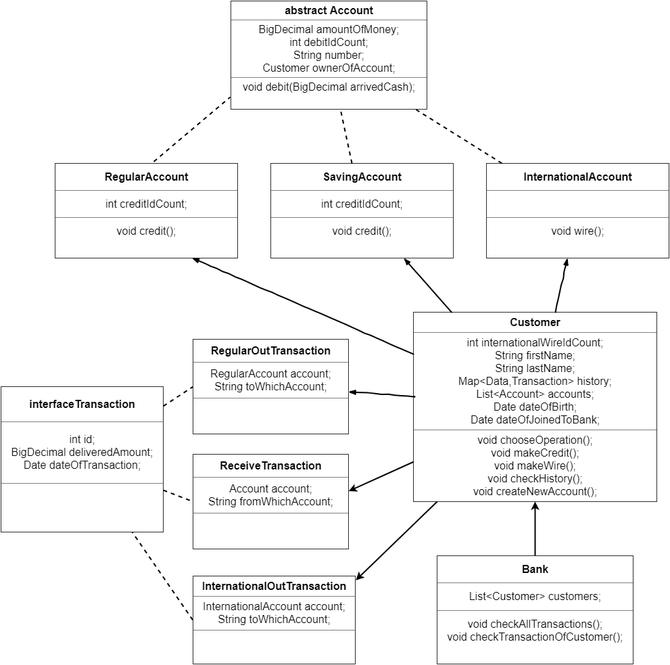
Above: BankOneDiagram.png in andreychorny/AdvancedJavaProject (draw.io), before the change. Source tidied: cells renumbered, new cells last; positions are measured from the earlier drawing's top-left corner, leaving out a move shared by most shapes.
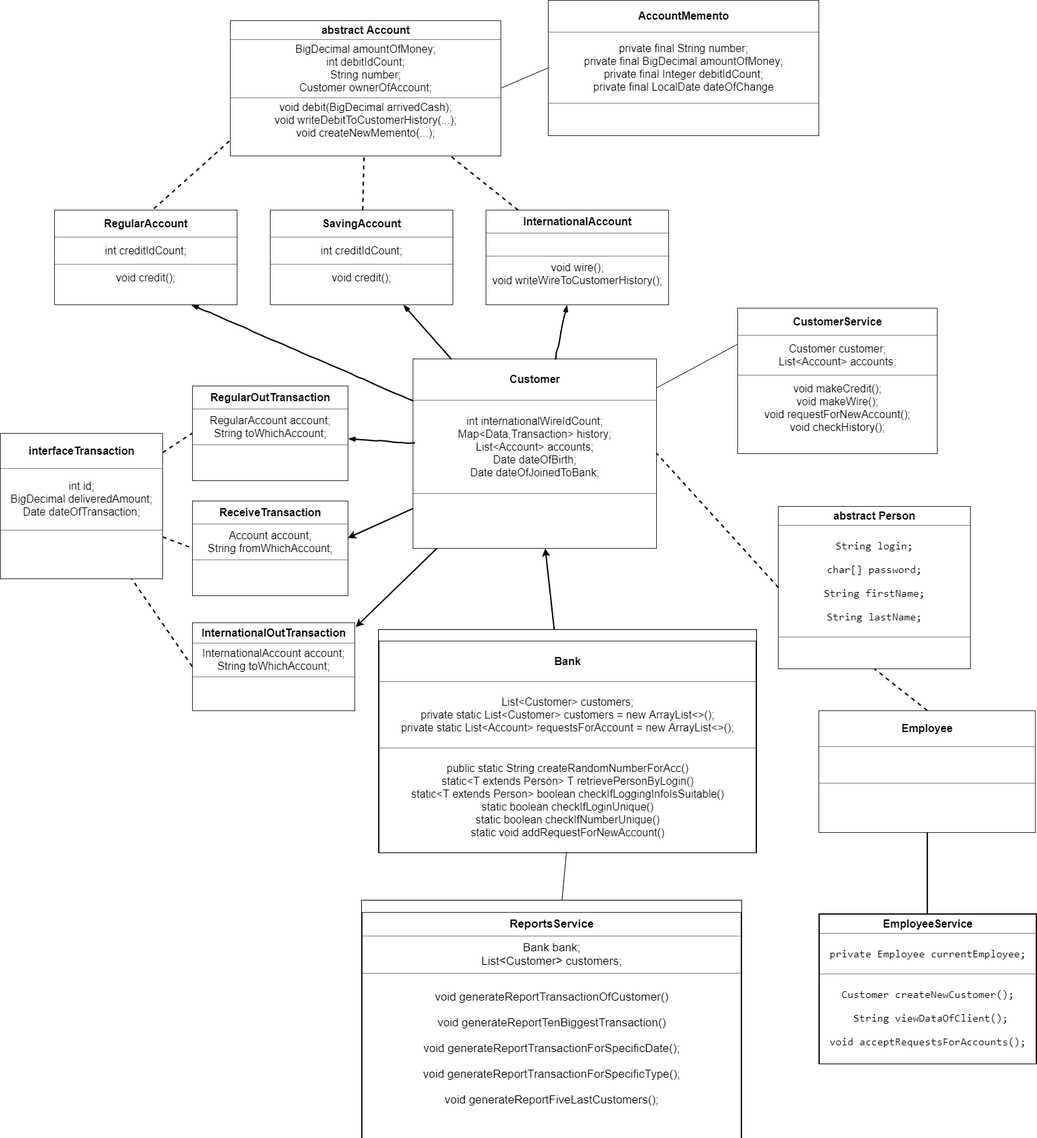
After the commit.

What changed in the source:
```diff
@@ -7,4 +7,4 @@
     </mxCell>
-    <mxCell id="3" value="&lt;table border=&quot;1&quot; width=&quot;100%&quot; cellpadding=&quot;4&quot; style=&quot;width: 100% ; height: 100% ; border-collapse: collapse ; font-size: 16px&quot;&gt;&lt;tbody style=&quot;font-size: 16px&quot;&gt;&lt;tr style=&quot;font-size: 16px&quot;&gt;&lt;th align=&quot;center&quot; style=&quot;font-size: 16px&quot;&gt;&lt;b style=&quot;font-size: 16px&quot;&gt;abstract Account&lt;/b&gt;&lt;/th&gt;&lt;/tr&gt;&lt;tr style=&quot;font-size: 16px&quot;&gt;&lt;td align=&quot;center&quot; style=&quot;font-size: 16px&quot;&gt;BigDecimal amountOfMoney;&lt;br&gt;int debitIdCount;&lt;br&gt;String number;&lt;br&gt;Customer ownerOfAccount;&lt;/td&gt;&lt;/tr&gt;&lt;tr style=&quot;font-size: 16px&quot;&gt;&lt;td align=&quot;center&quot; style=&quot;font-size: 16px&quot;&gt;void debit(BigDecimal arrivedCash);&lt;br style=&quot;font-size: 16px&quot;&gt;&lt;br style=&quot;font-size: 16px&quot;&gt;&lt;/td&gt;&lt;/tr&gt;&lt;/tbody&gt;&lt;/table&gt;" style="text;html=1;strokeColor=none;fillColor=none;overflow=fill;strokeWidth=2;fontSize=16;" parent="1" vertex="1">
-      <mxGeometry x="340" width="290" height="160" as="geometry" />
+    <mxCell id="3" value="&lt;table border=&quot;1&quot; width=&quot;100%&quot; cellpadding=&quot;4&quot; style=&quot;width: 100% ; height: 100% ; border-collapse: collapse ; font-size: 16px&quot;&gt;&lt;tbody style=&quot;font-size: 16px&quot;&gt;&lt;tr style=&quot;font-size: 16px&quot;&gt;&lt;th align=&quot;center&quot; style=&quot;font-size: 16px&quot;&gt;&lt;b style=&quot;font-size: 16px&quot;&gt;abstract Account&lt;/b&gt;&lt;/th&gt;&lt;/tr&gt;&lt;tr style=&quot;font-size: 16px&quot;&gt;&lt;td align=&quot;center&quot; style=&quot;font-size: 16px&quot;&gt;BigDecimal amountOfMoney;&lt;br&gt;int debitIdCount;&lt;br&gt;String number;&lt;br&gt;Customer ownerOfAccount;&lt;/td&gt;&lt;/tr&gt;&lt;tr style=&quot;font-size: 16px&quot;&gt;&lt;td align=&quot;center&quot; style=&quot;font-size: 16px&quot;&gt;void debit(BigDecimal arrivedCash);&lt;br&gt;void writeDebitToCustomerHistory&lt;span&gt;(...);&lt;br&gt;&lt;/span&gt;void createNewMemento(...);&lt;br&gt;&lt;br&gt;&lt;/td&gt;&lt;/tr&gt;&lt;/tbody&gt;&lt;/table&gt;" style="text;html=1;strokeColor=none;fillColor=none;overflow=fill;strokeWidth=2;fontSize=16;" parent="1" vertex="1">
+      <mxGeometry x="340" y="-40" width="400" height="200" as="geometry" />
     </mxCell>
@@ -13,3 +13,3 @@
     </mxCell>
-    <mxCell id="5" value="&lt;table border=&quot;1&quot; width=&quot;100%&quot; cellpadding=&quot;4&quot; style=&quot;width: 100% ; height: 100% ; border-collapse: collapse ; font-size: 16px&quot;&gt;&lt;tbody style=&quot;font-size: 16px&quot;&gt;&lt;tr style=&quot;font-size: 16px&quot;&gt;&lt;th align=&quot;center&quot; style=&quot;font-size: 16px&quot;&gt;InternationalAccount&lt;/th&gt;&lt;/tr&gt;&lt;tr style=&quot;font-size: 16px&quot;&gt;&lt;td align=&quot;center&quot; style=&quot;font-size: 16px&quot;&gt;&lt;br&gt;&lt;/td&gt;&lt;/tr&gt;&lt;tr style=&quot;font-size: 16px&quot;&gt;&lt;td align=&quot;center&quot; style=&quot;font-size: 16px&quot;&gt;void wire();&lt;br style=&quot;font-size: 16px&quot;&gt;&lt;br style=&quot;font-size: 16px&quot;&gt;&lt;/td&gt;&lt;/tr&gt;&lt;/tbody&gt;&lt;/table&gt;" style="text;html=1;strokeColor=none;fillColor=none;overflow=fill;strokeWidth=2;fontSize=16;" parent="1" vertex="1">
+    <mxCell id="5" value="&lt;table border=&quot;1&quot; width=&quot;100%&quot; cellpadding=&quot;4&quot; style=&quot;width: 100% ; height: 100% ; border-collapse: collapse ; font-size: 16px&quot;&gt;&lt;tbody style=&quot;font-size: 16px&quot;&gt;&lt;tr style=&quot;font-size: 16px&quot;&gt;&lt;th align=&quot;center&quot; style=&quot;font-size: 16px&quot;&gt;InternationalAccount&lt;/th&gt;&lt;/tr&gt;&lt;tr style=&quot;font-size: 16px&quot;&gt;&lt;td align=&quot;center&quot; style=&quot;font-size: 16px&quot;&gt;&lt;br&gt;&lt;/td&gt;&lt;/tr&gt;&lt;tr style=&quot;font-size: 16px&quot;&gt;&lt;td align=&quot;center&quot; style=&quot;font-size: 16px&quot;&gt;void wire();&lt;br&gt;void writeWireToCustomerHistory();&lt;br style=&quot;font-size: 16px&quot;&gt;&lt;br style=&quot;font-size: 16px&quot;&gt;&lt;/td&gt;&lt;/tr&gt;&lt;/tbody&gt;&lt;/table&gt;" style="text;html=1;strokeColor=none;fillColor=none;overflow=fill;strokeWidth=2;fontSize=16;" parent="1" vertex="1">
       <mxGeometry x="718" y="240" width="270" height="140" as="geometry" />
@@ -19,3 +19,3 @@
     </mxCell>
-    <mxCell id="7" value="&lt;table border=&quot;1&quot; width=&quot;100%&quot; cellpadding=&quot;4&quot; style=&quot;width: 100% ; height: 100% ; border-collapse: collapse ; font-size: 16px&quot;&gt;&lt;tbody style=&quot;font-size: 16px&quot;&gt;&lt;tr style=&quot;font-size: 16px&quot;&gt;&lt;th align=&quot;center&quot;&gt;Customer&lt;/th&gt;&lt;/tr&gt;&lt;tr style=&quot;font-size: 16px&quot;&gt;&lt;td align=&quot;center&quot; style=&quot;font-size: 16px&quot;&gt;int internationalWireIdCount;&lt;br&gt;String firstName;&lt;br&gt;String lastName;&lt;br&gt;Map&amp;lt;Data,Transaction&amp;gt; history;&lt;br&gt;List&amp;lt;Account&amp;gt; accounts;&lt;br&gt;Date dateOfBirth;&lt;br&gt;Date dateOfJoinedToBank;&lt;/td&gt;&lt;/tr&gt;&lt;tr style=&quot;font-size: 16px&quot;&gt;&lt;td align=&quot;center&quot; style=&quot;font-size: 16px&quot;&gt;void chooseOperation();&lt;br&gt;void makeCredit();&lt;br style=&quot;font-size: 16px&quot;&gt;void makeWire();&lt;br&gt;void checkHistory();&lt;br&gt;void createNewAccount();&lt;/td&gt;&lt;/tr&gt;&lt;/tbody&gt;&lt;/table&gt;" style="text;html=1;strokeColor=none;fillColor=none;overflow=fill;strokeWidth=2;fontSize=16;" parent="1" vertex="1">
+    <mxCell id="7" value="&lt;table border=&quot;1&quot; width=&quot;100%&quot; cellpadding=&quot;4&quot; style=&quot;width: 100% ; height: 100% ; border-collapse: collapse ; font-size: 16px&quot;&gt;&lt;tbody style=&quot;font-size: 16px&quot;&gt;&lt;tr style=&quot;font-size: 16px&quot;&gt;&lt;th align=&quot;center&quot;&gt;Customer&lt;/th&gt;&lt;/tr&gt;&lt;tr style=&quot;font-size: 16px&quot;&gt;&lt;td align=&quot;center&quot; style=&quot;font-size: 16px&quot;&gt;int internationalWireIdCount;&lt;br&gt;Map&amp;lt;Data,Transaction&amp;gt; history;&lt;br&gt;List&amp;lt;Account&amp;gt; accounts;&lt;br&gt;Date dateOfBirth;&lt;br&gt;Date dateOfJoinedToBank;&lt;/td&gt;&lt;/tr&gt;&lt;tr style=&quot;font-size: 16px&quot;&gt;&lt;td align=&quot;center&quot; style=&quot;font-size: 16px&quot;&gt;&lt;br&gt;&lt;br&gt;&lt;/td&gt;&lt;/tr&gt;&lt;/tbody&gt;&lt;/table&gt;" style="text;html=1;strokeColor=none;fillColor=none;overflow=fill;strokeWidth=2;fontSize=16;" parent="1" vertex="1">
       <mxGeometry x="610" y="460" width="360" height="280" as="geometry" />
@@ -43,4 +43,4 @@
     </mxCell>
-    <mxCell id="15" value="&lt;table border=&quot;1&quot; width=&quot;100%&quot; cellpadding=&quot;4&quot; style=&quot;width: 100% ; height: 100% ; border-collapse: collapse ; font-size: 16px&quot;&gt;&lt;tbody style=&quot;font-size: 16px&quot;&gt;&lt;tr style=&quot;font-size: 16px&quot;&gt;&lt;th align=&quot;center&quot;&gt;Bank&lt;/th&gt;&lt;/tr&gt;&lt;tr style=&quot;font-size: 16px&quot;&gt;&lt;td align=&quot;center&quot; style=&quot;font-size: 16px&quot;&gt;List&amp;lt;Customer&amp;gt; customers;&lt;/td&gt;&lt;/tr&gt;&lt;tr style=&quot;font-size: 16px&quot;&gt;&lt;td align=&quot;center&quot; style=&quot;font-size: 16px&quot;&gt;void checkAllTransactions();&lt;br&gt;void checkTransactionOfCustomer();&lt;br style=&quot;font-size: 16px&quot;&gt;&lt;br style=&quot;font-size: 16px&quot;&gt;&lt;/td&gt;&lt;/tr&gt;&lt;/tbody&gt;&lt;/table&gt;" style="text;html=1;strokeColor=none;fillColor=none;overflow=fill;strokeWidth=2;fontSize=16;" parent="1" vertex="1">
-      <mxGeometry x="645" y="820" width="290" height="160" as="geometry" />
+    <mxCell id="15" value="&lt;p style=&quot;line-height: 110%&quot;&gt;&lt;/p&gt;&lt;table border=&quot;1&quot; width=&quot;100%&quot; cellpadding=&quot;4&quot; style=&quot;width: 100% ; height: 100% ; border-collapse: collapse ; font-size: 16px&quot;&gt;&lt;tbody style=&quot;font-size: 16px&quot;&gt;&lt;tr style=&quot;font-size: 16px&quot;&gt;&lt;th align=&quot;center&quot;&gt;&lt;p&gt;Bank&lt;/p&gt;&lt;/th&gt;&lt;/tr&gt;&lt;tr style=&quot;font-size: 16px&quot;&gt;&lt;td align=&quot;center&quot; style=&quot;font-size: 16px&quot;&gt;&lt;p&gt;List&amp;lt;Customer&amp;gt; customers;&lt;br&gt;&lt;span&gt;private static &lt;/span&gt;List&amp;lt;Customer&amp;gt; &lt;span&gt;customers &lt;/span&gt;= &lt;span&gt;new &lt;/span&gt;ArrayList&amp;lt;&amp;gt;()&lt;span&gt;;&lt;br&gt;&lt;/span&gt;&lt;span&gt;private static &lt;/span&gt;List&amp;lt;Account&amp;gt; &lt;span&gt;requestsForAccount &lt;/span&gt;= &lt;span&gt;new &lt;/span&gt;ArrayList&amp;lt;&amp;gt;()&lt;span&gt;;&lt;br&gt;&lt;/span&gt;&lt;/p&gt;&lt;/td&gt;&lt;/tr&gt;&lt;tr style=&quot;font-size: 16px&quot;&gt;&lt;td align=&quot;center&quot; style=&quot;font-size: 16px&quot;&gt;&lt;p&gt;&lt;span&gt;public static &lt;/span&gt;String &lt;span&gt;createRandomNumberForAcc()&lt;br&gt;&lt;/span&gt;&lt;span&gt;static&lt;/span&gt;&amp;lt;&lt;span&gt;T &lt;/span&gt;&lt;span&gt;extends &lt;/span&gt;Person&amp;gt; &lt;span&gt;T &lt;/span&gt;&lt;span&gt;retrievePersonByLogin()&lt;br&gt;&lt;/span&gt;&lt;span&gt;static&lt;/span&gt;&amp;lt;&lt;span&gt;T &lt;/span&gt;&lt;span&gt;extends &lt;/span&gt;Person&amp;gt; &lt;span&gt;boolean &lt;/span&gt;&lt;span&gt;checkIfLoggingInfoIsSuitable()&lt;br&gt;&lt;/span&gt;&lt;span&gt;static boolean &lt;/span&gt;&lt;span&gt;checkIfLoginUnique()&lt;br&gt;&lt;/span&gt;&lt;span&gt;static boolean &lt;/span&gt;&lt;span&gt;checkIfNumberUnique()&lt;br&gt;&lt;/span&gt;static void addRequestForNewAccount()&lt;/p&gt;&lt;pre&gt;&lt;pre&gt;&lt;pre&gt;&lt;pre&gt;&lt;pre&gt;&lt;pre&gt;&lt;span&gt;&lt;br&gt;&lt;/span&gt;&lt;/pre&gt;&lt;/pre&gt;&lt;/pre&gt;&lt;/pre&gt;&lt;pre&gt;&lt;span&gt;&lt;br&gt;&lt;/span&gt;&lt;/pre&gt;&lt;/pre&gt;&lt;/pre&gt;&lt;/td&gt;&lt;/tr&gt;&lt;/tbody&gt;&lt;/table&gt;&lt;p&gt;&lt;/p&gt;" style="text;html=1;strokeColor=none;fillColor=none;overflow=fill;strokeWidth=2;fontSize=16;labelBackgroundColor=#ffffff;labelBorderColor=#000000;" parent="1" vertex="1">
+      <mxGeometry x="558.5" y="860" width="557" height="328" as="geometry" />
     </mxCell>
@@ -73,2 +73,38 @@
     </mxCell>
+    <mxCell id="25" value="&lt;table border=&quot;1&quot; width=&quot;100%&quot; cellpadding=&quot;4&quot; style=&quot;width: 100% ; height: 100% ; border-collapse: collapse ; font-size: 16px&quot;&gt;&lt;tbody style=&quot;font-size: 16px&quot;&gt;&lt;tr style=&quot;font-size: 16px&quot;&gt;&lt;th align=&quot;center&quot; style=&quot;font-size: 16px&quot;&gt;AccountMemento&lt;/th&gt;&lt;/tr&gt;&lt;tr style=&quot;font-size: 16px&quot;&gt;&lt;td align=&quot;center&quot; style=&quot;font-size: 16px&quot;&gt;private final String number;&lt;br&gt;private final BigDecimal amountOfMoney;&lt;br&gt;private final Integer debitIdCount;&lt;br&gt;private final LocalDate dateOfChange&lt;/td&gt;&lt;/tr&gt;&lt;tr style=&quot;font-size: 16px&quot;&gt;&lt;td align=&quot;center&quot; style=&quot;font-size: 16px&quot;&gt;&lt;br&gt;&lt;/td&gt;&lt;/tr&gt;&lt;/tbody&gt;&lt;/table&gt;" style="text;html=1;strokeColor=none;fillColor=none;overflow=fill;strokeWidth=2;fontSize=16;" parent="1" vertex="1">
+      <mxGeometry x="810" y="-70" width="400" height="200" as="geometry" />
+    </mxCell>
+    <mxCell id="26" style="endArrow=none;html=1;entryX=0;entryY=0.5;entryDx=0;entryDy=0;exitX=1;exitY=0.5;exitDx=0;exitDy=0;" parent="1" edge="1" source="3" target="25">
+      <mxGeometry relative="1" as="geometry" />
+    </mxCell>
+    <mxCell id="27" value="&lt;table border=&quot;1&quot; width=&quot;100%&quot; cellpadding=&quot;4&quot; style=&quot;width: 100% ; height: 100% ; border-collapse: collapse ; font-size: 16px&quot;&gt;&lt;tbody style=&quot;font-size: 16px&quot;&gt;&lt;tr style=&quot;font-size: 16px&quot;&gt;&lt;th align=&quot;center&quot;&gt;abstract Person&lt;/th&gt;&lt;/tr&gt;&lt;tr style=&quot;font-size: 16px&quot;&gt;&lt;td align=&quot;center&quot; style=&quot;font-size: 16px&quot;&gt;&lt;pre&gt;String login;&lt;/pre&gt;&lt;pre&gt;char[] password;&lt;/pre&gt;&lt;pre&gt;String firstName;&lt;/pre&gt;&lt;pre&gt;String lastName;&lt;/pre&gt;&lt;/td&gt;&lt;/tr&gt;&lt;tr style=&quot;font-size: 16px&quot;&gt;&lt;td align=&quot;center&quot; style=&quot;font-size: 16px&quot;&gt;&lt;br style=&quot;font-size: 16px&quot;&gt;&lt;br style=&quot;font-size: 16px&quot;&gt;&lt;/td&gt;&lt;/tr&gt;&lt;/tbody&gt;&lt;/table&gt;" style="text;html=1;strokeColor=none;fillColor=none;overflow=fill;strokeWidth=2;fontSize=16;spacing=2;" parent="1" vertex="1">
+      <mxGeometry x="1150" y="677.5" width="284" height="240" as="geometry" />
+    </mxCell>
+    <mxCell id="28" style="endArrow=none;dashed=1;html=1;entryX=1;entryY=0.5;entryDx=0;entryDy=0;exitX=0;exitY=0.5;exitDx=0;exitDy=0;fontSize=7;strokeWidth=2;" parent="1" edge="1" source="27" target="7">
+      <mxGeometry relative="1" as="geometry" />
+    </mxCell>
+    <mxCell id="29" value="&lt;table border=&quot;1&quot; width=&quot;100%&quot; cellpadding=&quot;4&quot; style=&quot;width: 100% ; height: 100% ; border-collapse: collapse ; font-size: 16px&quot;&gt;&lt;tbody style=&quot;font-size: 16px&quot;&gt;&lt;tr style=&quot;font-size: 16px&quot;&gt;&lt;th align=&quot;center&quot;&gt;CustomerService&lt;/th&gt;&lt;/tr&gt;&lt;tr style=&quot;font-size: 16px&quot;&gt;&lt;td align=&quot;center&quot; style=&quot;font-size: 16px&quot;&gt;Customer customer;&lt;br&gt;List&amp;lt;Account&amp;gt; accounts;&lt;/td&gt;&lt;/tr&gt;&lt;tr style=&quot;font-size: 16px&quot;&gt;&lt;td align=&quot;center&quot; style=&quot;font-size: 16px&quot;&gt;void makeCredit();&lt;br&gt;void makeWire();&lt;br&gt;void requestForNewAccount();&lt;br&gt;void checkHistory();&lt;br&gt;&lt;br&gt;&lt;/td&gt;&lt;/tr&gt;&lt;/tbody&gt;&lt;/table&gt;" style="text;html=1;strokeColor=none;fillColor=none;overflow=fill;strokeWidth=2;fontSize=16;" parent="1" vertex="1">
+      <mxGeometry x="1089.5" y="385" width="295" height="215" as="geometry" />
+    </mxCell>
+    <mxCell id="30" style="endArrow=none;html=1;entryX=0;entryY=0.25;entryDx=0;entryDy=0;" parent="1" edge="1" source="7" target="29">
+      <mxGeometry relative="1" as="geometry" />
+    </mxCell>
+    <mxCell id="31" value="&lt;p&gt;&lt;table border=&quot;1&quot; width=&quot;100%&quot; cellpadding=&quot;4&quot; style=&quot;width: 100% ; height: 100% ; border-collapse: collapse ; font-size: 17px&quot;&gt;&lt;tbody style=&quot;font-size: 17px&quot;&gt;&lt;tr style=&quot;font-size: 17px&quot;&gt;&lt;th align=&quot;center&quot; style=&quot;font-size: 17px&quot;&gt;ReportsService&lt;/th&gt;&lt;/tr&gt;&lt;tr style=&quot;font-size: 17px&quot;&gt;&lt;td align=&quot;center&quot; style=&quot;font-size: 17px&quot;&gt;Bank bank;&lt;br style=&quot;font-size: 17px&quot;&gt;List&amp;lt;Customer&amp;gt; customers;&lt;/td&gt;&lt;/tr&gt;&lt;tr style=&quot;font-size: 17px&quot;&gt;&lt;td align=&quot;center&quot; style=&quot;font-size: 17px&quot;&gt;&lt;pre style=&quot;font-size: 17px&quot;&gt;&lt;font face=&quot;Helvetica&quot;&gt;&lt;span style=&quot;font-size: 17px&quot;&gt;void &lt;/span&gt;&lt;span style=&quot;font-size: 17px&quot;&gt;generateReportTransactionOfCustomer()&lt;/span&gt;&lt;/font&gt;&lt;/pre&gt;&lt;pre style=&quot;font-size: 17px&quot;&gt;&lt;pre&gt;&lt;span&gt;&lt;font face=&quot;Helvetica&quot;&gt;void generateReportTenBiggestTransaction()&lt;/font&gt;&lt;/span&gt;&lt;/pre&gt;&lt;pre&gt;&lt;pre&gt;&lt;span&gt;&lt;font face=&quot;Helvetica&quot;&gt;void generateReportTransactionForSpecificDate();&lt;/font&gt;&lt;/span&gt;&lt;/pre&gt;&lt;pre&gt;&lt;pre&gt;&lt;span&gt;&lt;font face=&quot;Helvetica&quot;&gt;void generateReportTransactionForSpecificType();&lt;/font&gt;&lt;/span&gt;&lt;/pre&gt;&lt;pre&gt;&lt;pre&gt;&lt;font face=&quot;Helvetica&quot;&gt;&lt;span&gt;void generateReportFiveLastCustomers&lt;/span&gt;();&lt;/font&gt;&lt;/pre&gt;&lt;/pre&gt;&lt;/pre&gt;&lt;/pre&gt;&lt;/pre&gt;&lt;pre style=&quot;font-size: 17px&quot;&gt;&lt;span style=&quot;font-size: 17px&quot;&gt;&lt;font face=&quot;Helvetica&quot;&gt;&lt;br style=&quot;font-size: 17px&quot;&gt;&lt;/font&gt;&lt;/span&gt;&lt;/pre&gt;&lt;/td&gt;&lt;/tr&gt;&lt;/tbody&gt;&lt;/table&gt;&lt;/p&gt;" style="text;html=1;strokeColor=none;fillColor=none;overflow=fill;strokeWidth=2;fontSize=17;labelBorderColor=#000000;" parent="1" vertex="1">
+      <mxGeometry x="534" y="1260" width="560" height="350" as="geometry" />
+    </mxCell>
+    <mxCell id="32" style="endArrow=none;html=1;fontSize=17;entryX=0.5;entryY=1;entryDx=0;entryDy=0;" parent="1" edge="1" source="31" target="15">
+      <mxGeometry relative="1" as="geometry" />
+    </mxCell>
+    <mxCell id="33" value="&lt;table border=&quot;1&quot; width=&quot;100%&quot; cellpadding=&quot;4&quot; style=&quot;width: 100% ; height: 100% ; border-collapse: collapse ; font-size: 16px&quot;&gt;&lt;tbody style=&quot;font-size: 16px&quot;&gt;&lt;tr style=&quot;font-size: 16px&quot;&gt;&lt;th align=&quot;center&quot;&gt;Employee&lt;/th&gt;&lt;/tr&gt;&lt;tr style=&quot;font-size: 16px&quot;&gt;&lt;td align=&quot;center&quot; style=&quot;font-size: 16px&quot;&gt;&lt;br&gt;&lt;/td&gt;&lt;/tr&gt;&lt;tr style=&quot;font-size: 16px&quot;&gt;&lt;td align=&quot;center&quot; style=&quot;font-size: 16px&quot;&gt;&lt;br&gt;&lt;br&gt;&lt;/td&gt;&lt;/tr&gt;&lt;/tbody&gt;&lt;/table&gt;" style="text;html=1;strokeColor=none;fillColor=none;overflow=fill;strokeWidth=2;fontSize=16;" parent="1" vertex="1">
+      <mxGeometry x="1210" y="980" width="320" height="180" as="geometry" />
+    </mxCell>
+    <mxCell id="34" style="endArrow=none;dashed=1;html=1;fontSize=17;entryX=0.5;entryY=1;entryDx=0;entryDy=0;exitX=0.5;exitY=0;exitDx=0;exitDy=0;strokeWidth=2;" parent="1" edge="1" source="33" target="27">
+      <mxGeometry relative="1" as="geometry" />
+    </mxCell>
+    <mxCell id="35" value="&lt;table border=&quot;1&quot; width=&quot;100%&quot; cellpadding=&quot;4&quot; style=&quot;width: 100% ; height: 100% ; border-collapse: collapse ; font-size: 16px&quot;&gt;&lt;tbody style=&quot;font-size: 16px&quot;&gt;&lt;tr style=&quot;font-size: 16px&quot;&gt;&lt;th align=&quot;center&quot;&gt;EmployeeService&lt;/th&gt;&lt;/tr&gt;&lt;tr style=&quot;font-size: 16px&quot;&gt;&lt;td align=&quot;center&quot; style=&quot;font-size: 16px&quot;&gt;&lt;pre&gt;&lt;span&gt;private &lt;/span&gt;Employee &lt;span&gt;currentEmployee&lt;/span&gt;&lt;span&gt;;&lt;br&gt;&lt;/span&gt;&lt;/pre&gt;&lt;/td&gt;&lt;/tr&gt;&lt;tr style=&quot;font-size: 16px&quot;&gt;&lt;td align=&quot;center&quot; style=&quot;font-size: 16px&quot;&gt;&lt;pre&gt;Customer &lt;span&gt;createNewCustomer();&lt;/span&gt;&lt;/pre&gt;&lt;pre&gt;&lt;pre&gt; String &lt;span&gt;viewDataOfClient();&lt;/span&gt;&lt;/pre&gt;&lt;pre&gt;&lt;span&gt;void &lt;/span&gt;acceptRequestsForAccounts&lt;span&gt;();&lt;/span&gt;&lt;/pre&gt;&lt;pre&gt;&lt;span&gt;&lt;br&gt;&lt;/span&gt;&lt;/pre&gt;&lt;/pre&gt;&lt;/td&gt;&lt;/tr&gt;&lt;/tbody&gt;&lt;/table&gt;" style="text;html=1;strokeColor=none;fillColor=none;overflow=fill;strokeWidth=2;fontSize=16;labelBorderColor=#000000;" parent="1" vertex="1">
+      <mxGeometry x="1210" y="1280" width="320" height="220" as="geometry" />
+    </mxCell>
+    <mxCell id="36" style="endArrow=none;html=1;strokeWidth=2;fontSize=7;entryX=0.5;entryY=1;entryDx=0;entryDy=0;exitX=0.5;exitY=0;exitDx=0;exitDy=0;" parent="1" edge="1" source="35" target="33">
+      <mxGeometry relative="1" as="geometry" />
+    </mxCell>
   </root>
```
